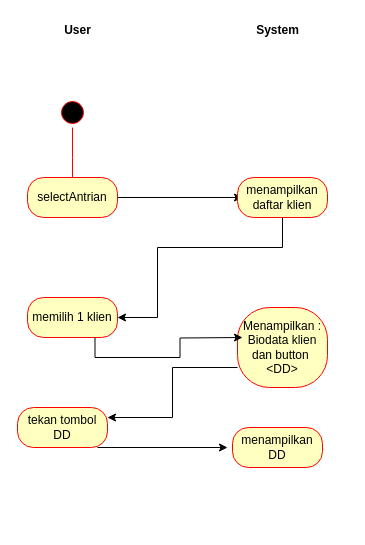
Earlier version of the draw.io diagram Mini-Proj/Activity Diagram Entry Form.drawio (mahesri/uml_ads_sms3). Source tidied: cells renumbered, new cells numbered last; positions are measured from the earlier drawing's top-left corner, leaving out a move shared by most shapes. Both pictures are drawn from the tidied source at 100%, with x=0, y=0 at pixel (17, 17).
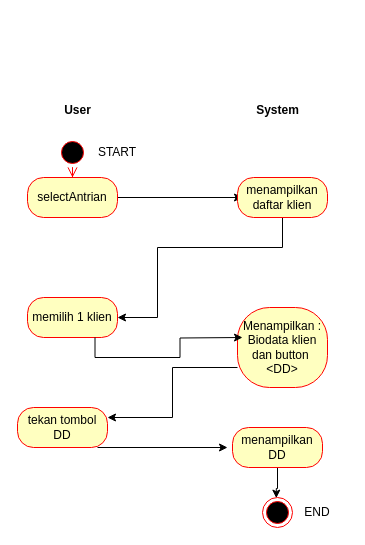
The same page after the edit.

Unchanged cells that the change refers to:
```xml
<mxCell id="5" value="selectAntrian" style="rounded=1;whiteSpace=wrap;html=1;arcSize=40;fontColor=#000000;fillColor=#ffffc0;strokeColor=#ff0000;" parent="1" vertex="1">
  <mxGeometry x="10" y="160" width="90" height="40" as="geometry" />
</mxCell>
<mxCell id="16" value="menampilkan DD" style="rounded=1;whiteSpace=wrap;html=1;arcSize=40;fontColor=#000000;fillColor=#ffffc0;strokeColor=#ff0000;" parent="1" vertex="1">
  <mxGeometry x="215" y="410" width="90" height="40" as="geometry" />
</mxCell>
```

Diff of the diagram source:
```diff
@@
     <mxCell id="2" style="ellipse;html=1;shape=startState;fillColor=#000000;strokeColor=#ff0000;" parent="1" vertex="1">
-      <mxGeometry x="40" y="80" width="30" height="30" as="geometry" />
+      <mxGeometry x="40" y="120" width="30" height="30" as="geometry" />
     </mxCell>
-    <mxCell id="3" style="edgeStyle=orthogonalEdgeStyle;html=1;verticalAlign=bottom;endArrow=open;endSize=8;strokeColor=#ff0000;rounded=0;" parent="1" edge="1" source="2">
-      <mxGeometry relative="1" as="geometry">
-        <mxPoint x="55" y="170" as="targetPoint" />
-      </mxGeometry>
+    <mxCell id="3" style="edgeStyle=orthogonalEdgeStyle;html=1;verticalAlign=bottom;endArrow=open;endSize=8;strokeColor=#ff0000;rounded=0;entryX=0.5;entryY=0;entryDx=0;entryDy=0;" parent="1" edge="1" source="2" target="5">
+      <mxGeometry relative="1" as="geometry" />
     </mxCell>
@@
     <mxCell id="6" value="User" style="text;align=center;fontStyle=1;verticalAlign=middle;spacingLeft=3;spacingRight=3;strokeColor=none;html=1;" parent="1" vertex="1">
-      <mxGeometry x="20" width="80" height="26" as="geometry" />
+      <mxGeometry x="20" y="80" width="80" height="26" as="geometry" />
     </mxCell>
     <mxCell id="7" value="System" style="text;align=center;fontStyle=1;verticalAlign=middle;spacingLeft=3;spacingRight=3;strokeColor=none;html=1;" parent="1" vertex="1">
-      <mxGeometry x="220" width="80" height="26" as="geometry" />
+      <mxGeometry x="220" y="80" width="80" height="26" as="geometry" />
     </mxCell>
@@
+    <mxCell id="17" style="edgeStyle=orthogonalEdgeStyle;rounded=0;jettySize=auto;html=1;entryX=0.46;entryY=0.021;entryDx=0;entryDy=0;entryPerimeter=0;" parent="1" edge="1" source="16" target="18">
+      <mxGeometry relative="1" as="geometry">
+        <Array as="points">
+          <mxPoint x="260" y="471" />
+          <mxPoint x="259" y="471" />
+        </Array>
+      </mxGeometry>
+    </mxCell>
@@
+    <mxCell id="18" style="ellipse;html=1;shape=endState;fillColor=#000000;strokeColor=#ff0000;" parent="1" vertex="1">
+      <mxGeometry x="245" y="480" width="30" height="30" as="geometry" />
+    </mxCell>
+    <mxCell id="19" value="END" style="text;html=1;strokeColor=none;fillColor=none;align=center;verticalAlign=middle;whiteSpace=wrap;rounded=0;" parent="1" vertex="1">
+      <mxGeometry x="270" y="480" width="60" height="30" as="geometry" />
+    </mxCell>
+    <mxCell id="20" value="START" style="text;html=1;strokeColor=none;fillColor=none;align=center;verticalAlign=middle;whiteSpace=wrap;rounded=0;" parent="1" vertex="1">
+      <mxGeometry x="70" y="120" width="60" height="30" as="geometry" />
+    </mxCell>
```
